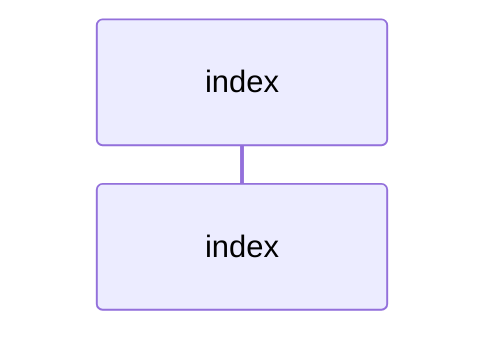
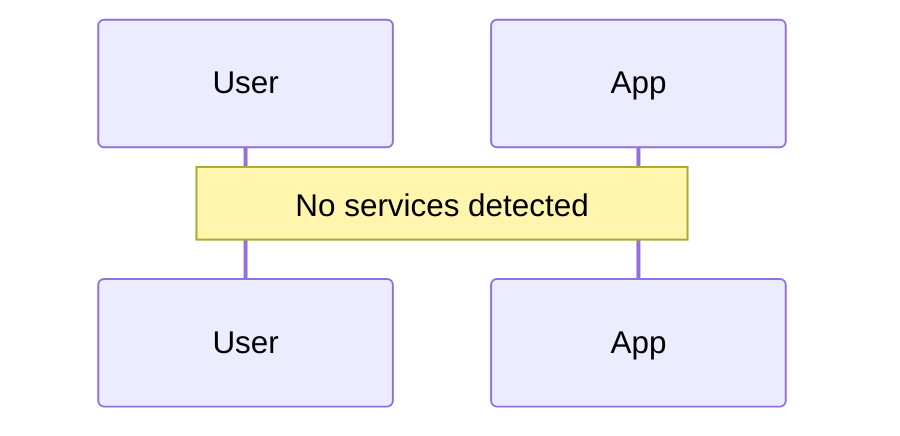
sequenceDiagram
-   participant index_1bc04b52 as index
+   Note over User,App: No services detected